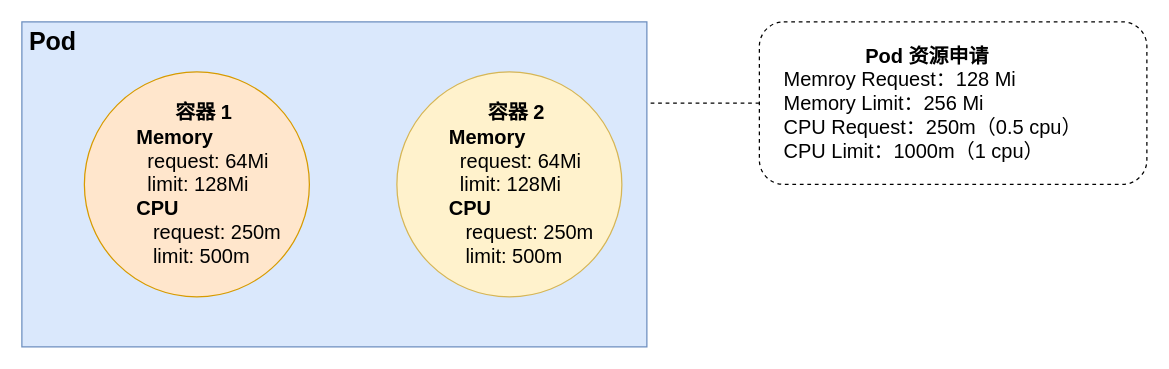
The draw.io diagram kube/request-limit/assets/pod-resource.drawio in lsj9383/Containerization, before the edit. Source tidied: cells renumbered, new cells numbered last; positions are measured from the earlier drawing's top-left corner, leaving out a move shared by most shapes. Both pictures are drawn from the tidied source at 125%, with x=0, y=0 at pixel (21, 21).
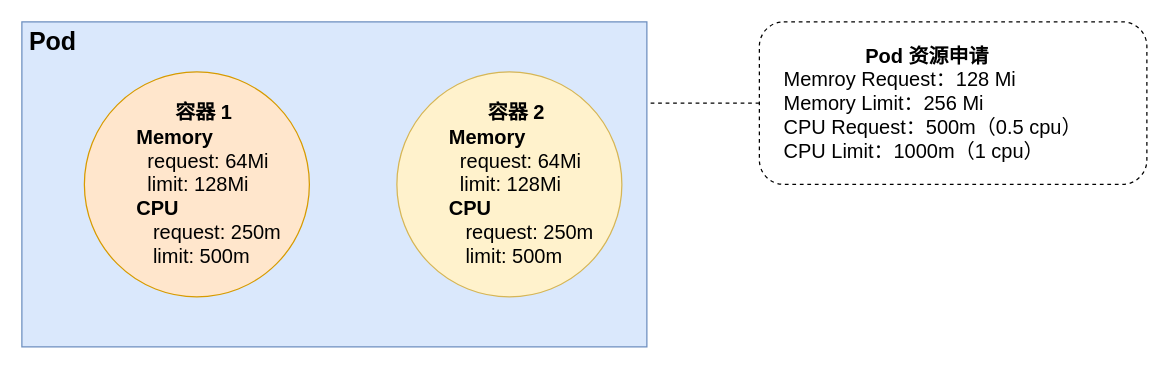
After the change.

What changed in the source:
```diff
@@
 <mxGraphModel>
   <root>
     <mxCell id="0" />
     <mxCell id="1" parent="0" />
     <mxCell id="2" style="rounded=0;whiteSpace=wrap;html=1;fillColor=#dae8fc;strokeColor=#6c8ebf;fontSize=16;" parent="1" vertex="1">
       <mxGeometry width="500" height="260" as="geometry" />
     </mxCell>
     <mxCell id="3" value="&lt;b style=&quot;font-size: 16px;&quot;&gt;&amp;nbsp; &amp;nbsp; &amp;nbsp; &amp;nbsp; &amp;nbsp; &amp;nbsp; &amp;nbsp; &amp;nbsp; 容器 1&lt;br style=&quot;font-size: 16px;&quot;&gt;&amp;nbsp; &amp;nbsp; &amp;nbsp; &amp;nbsp; &amp;nbsp;Memory&lt;br style=&quot;font-size: 16px;&quot;&gt;&lt;/b&gt;&amp;nbsp; &amp;nbsp; &amp;nbsp; &amp;nbsp; &amp;nbsp; &amp;nbsp;request: 64Mi&lt;br style=&quot;font-size: 16px;&quot;&gt;&amp;nbsp; &amp;nbsp; &amp;nbsp; &amp;nbsp; &amp;nbsp; &amp;nbsp;limit: 128Mi&lt;br style=&quot;font-size: 16px;&quot;&gt;&amp;nbsp; &amp;nbsp; &amp;nbsp; &amp;nbsp; &amp;nbsp;&lt;b style=&quot;font-size: 16px;&quot;&gt;CPU&lt;/b&gt;&lt;br style=&quot;font-size: 16px;&quot;&gt;&amp;nbsp; &amp;nbsp; &amp;nbsp; &amp;nbsp; &amp;nbsp; &amp;nbsp; request: 250m&lt;br style=&quot;font-size: 16px;&quot;&gt;&amp;nbsp; &amp;nbsp; &amp;nbsp; &amp;nbsp; &amp;nbsp; &amp;nbsp; limit: 500m" style="ellipse;whiteSpace=wrap;html=1;align=left;fillColor=#ffe6cc;strokeColor=#d79b00;fontSize=16;" parent="1" vertex="1">
       <mxGeometry x="50" y="40" width="180" height="180" as="geometry" />
     </mxCell>
     <mxCell id="4" value="&lt;b style=&quot;font-size: 16px;&quot;&gt;&amp;nbsp; &amp;nbsp; &amp;nbsp; &amp;nbsp; &amp;nbsp; &amp;nbsp; &amp;nbsp; &amp;nbsp; 容器 2&lt;br style=&quot;font-size: 16px;&quot;&gt;&amp;nbsp; &amp;nbsp; &amp;nbsp; &amp;nbsp; &amp;nbsp;Memory&lt;br style=&quot;font-size: 16px;&quot;&gt;&lt;/b&gt;&amp;nbsp; &amp;nbsp; &amp;nbsp; &amp;nbsp; &amp;nbsp; &amp;nbsp;request: 64Mi&lt;br style=&quot;font-size: 16px;&quot;&gt;&amp;nbsp; &amp;nbsp; &amp;nbsp; &amp;nbsp; &amp;nbsp; &amp;nbsp;limit: 128Mi&lt;br style=&quot;font-size: 16px;&quot;&gt;&amp;nbsp; &amp;nbsp; &amp;nbsp; &amp;nbsp; &amp;nbsp;&lt;b style=&quot;font-size: 16px;&quot;&gt;CPU&lt;/b&gt;&lt;br style=&quot;font-size: 16px;&quot;&gt;&amp;nbsp; &amp;nbsp; &amp;nbsp; &amp;nbsp; &amp;nbsp; &amp;nbsp; request: 250m&lt;br style=&quot;font-size: 16px;&quot;&gt;&amp;nbsp; &amp;nbsp; &amp;nbsp; &amp;nbsp; &amp;nbsp; &amp;nbsp; limit: 500m" style="ellipse;whiteSpace=wrap;html=1;align=left;fillColor=#fff2cc;strokeColor=#d6b656;fontSize=16;" parent="1" vertex="1">
       <mxGeometry x="300" y="40" width="180" height="180" as="geometry" />
     </mxCell>
     <mxCell id="5" value="&lt;b style=&quot;font-size: 20px;&quot;&gt;&lt;font style=&quot;font-size: 20px;&quot;&gt;Pod&lt;/font&gt;&lt;/b&gt;" style="text;html=1;strokeColor=none;fillColor=none;align=center;verticalAlign=middle;whiteSpace=wrap;rounded=0;fontSize=20;" parent="1" vertex="1">
       <mxGeometry width="50" height="30" as="geometry" />
     </mxCell>
     <mxCell id="6" style="edgeStyle=orthogonalEdgeStyle;rounded=0;jettySize=auto;html=1;exitX=0;exitY=0.5;exitDx=0;exitDy=0;entryX=1;entryY=0.25;entryDx=0;entryDy=0;fontSize=16;endArrow=none;endFill=0;dashed=1;" parent="1" edge="1" source="7" target="2">
       <mxGeometry relative="1" as="geometry" />
     </mxCell>
-    <mxCell id="7" value="&lt;div style=&quot;text-align: center; font-size: 16px;&quot;&gt;&lt;b style=&quot;background-color: initial; font-size: 16px;&quot;&gt;&amp;nbsp; Pod 资源申请&lt;/b&gt;&lt;/div&gt;&amp;nbsp; &amp;nbsp; Memroy Request：128 Mi&lt;br style=&quot;font-size: 16px;&quot;&gt;&amp;nbsp; &amp;nbsp; Memory Limit：256 Mi&lt;br style=&quot;font-size: 16px;&quot;&gt;&amp;nbsp; &amp;nbsp; CPU Request：250m（0.5 cpu）&lt;br style=&quot;font-size: 16px;&quot;&gt;&amp;nbsp; &amp;nbsp; CPU Limit：1000m（1 cpu）" style="rounded=1;whiteSpace=wrap;html=1;fontSize=16;align=left;dashed=1;" parent="1" vertex="1">
+    <mxCell id="7" value="&lt;div style=&quot;text-align: center; font-size: 16px;&quot;&gt;&lt;b style=&quot;background-color: initial; font-size: 16px;&quot;&gt;&amp;nbsp; Pod 资源申请&lt;/b&gt;&lt;/div&gt;&amp;nbsp; &amp;nbsp; Memroy Request：128 Mi&lt;br style=&quot;font-size: 16px;&quot;&gt;&amp;nbsp; &amp;nbsp; Memory Limit：256 Mi&lt;br style=&quot;font-size: 16px;&quot;&gt;&amp;nbsp; &amp;nbsp; CPU Request：500m（0.5 cpu）&lt;br style=&quot;font-size: 16px;&quot;&gt;&amp;nbsp; &amp;nbsp; CPU Limit：1000m（1 cpu）" style="rounded=1;whiteSpace=wrap;html=1;fontSize=16;align=left;dashed=1;" parent="1" vertex="1">
       <mxGeometry x="590" width="310" height="130" as="geometry" />
     </mxCell>
   </root>
 </mxGraphModel>
```
